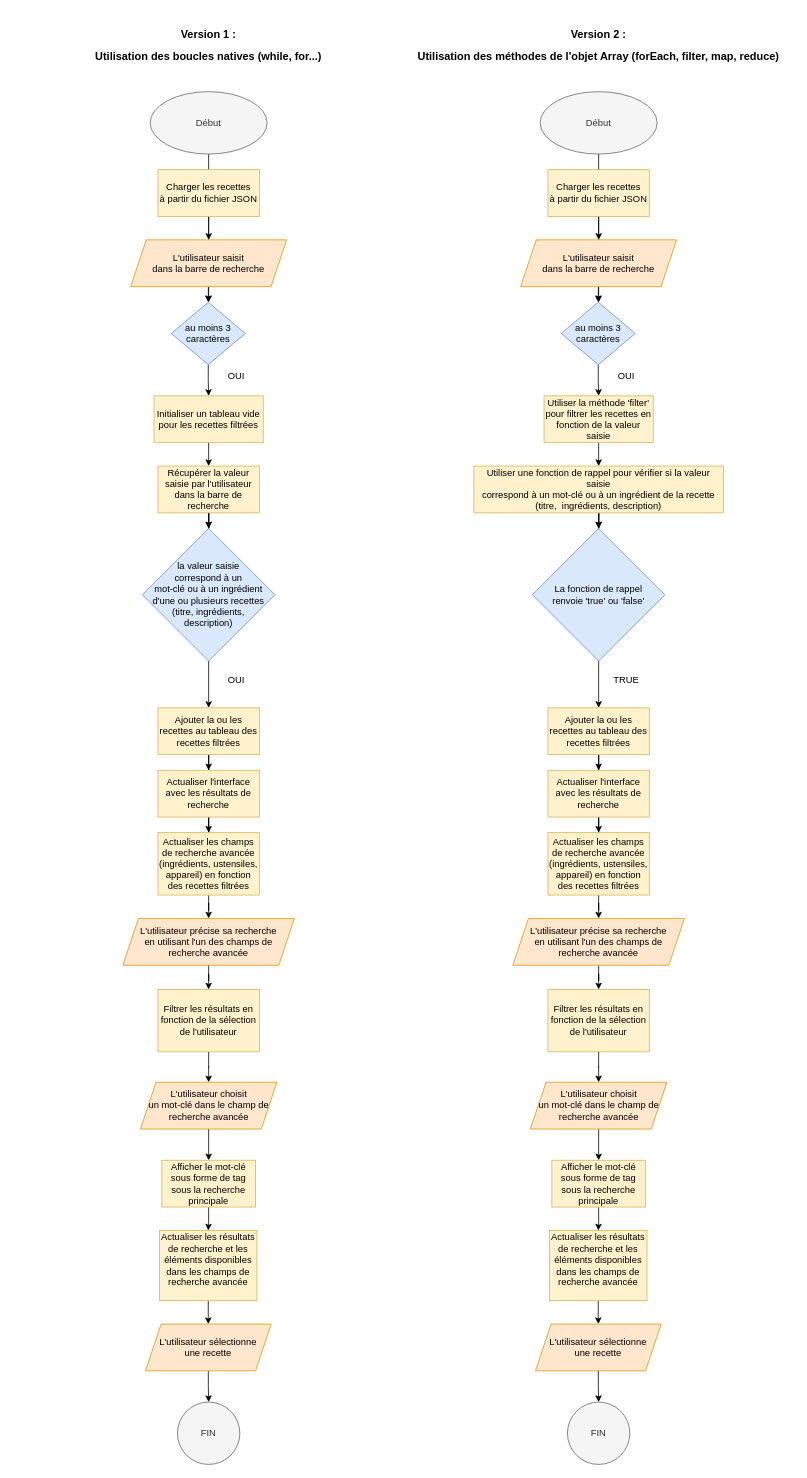
TheBigJouls/-OpenClassRooms_Projet_7_LesPetitsPlats keeps this draw.io diagram as Les Petits Plats.drawio. Above is the earlier version. Source tidied: cells renumbered, new cells numbered last; positions are measured from the earlier drawing's top-left corner, leaving out a move shared by most shapes. Both pictures are drawn from the tidied source at 78%, with x=0, y=0 at pixel (13, 13).
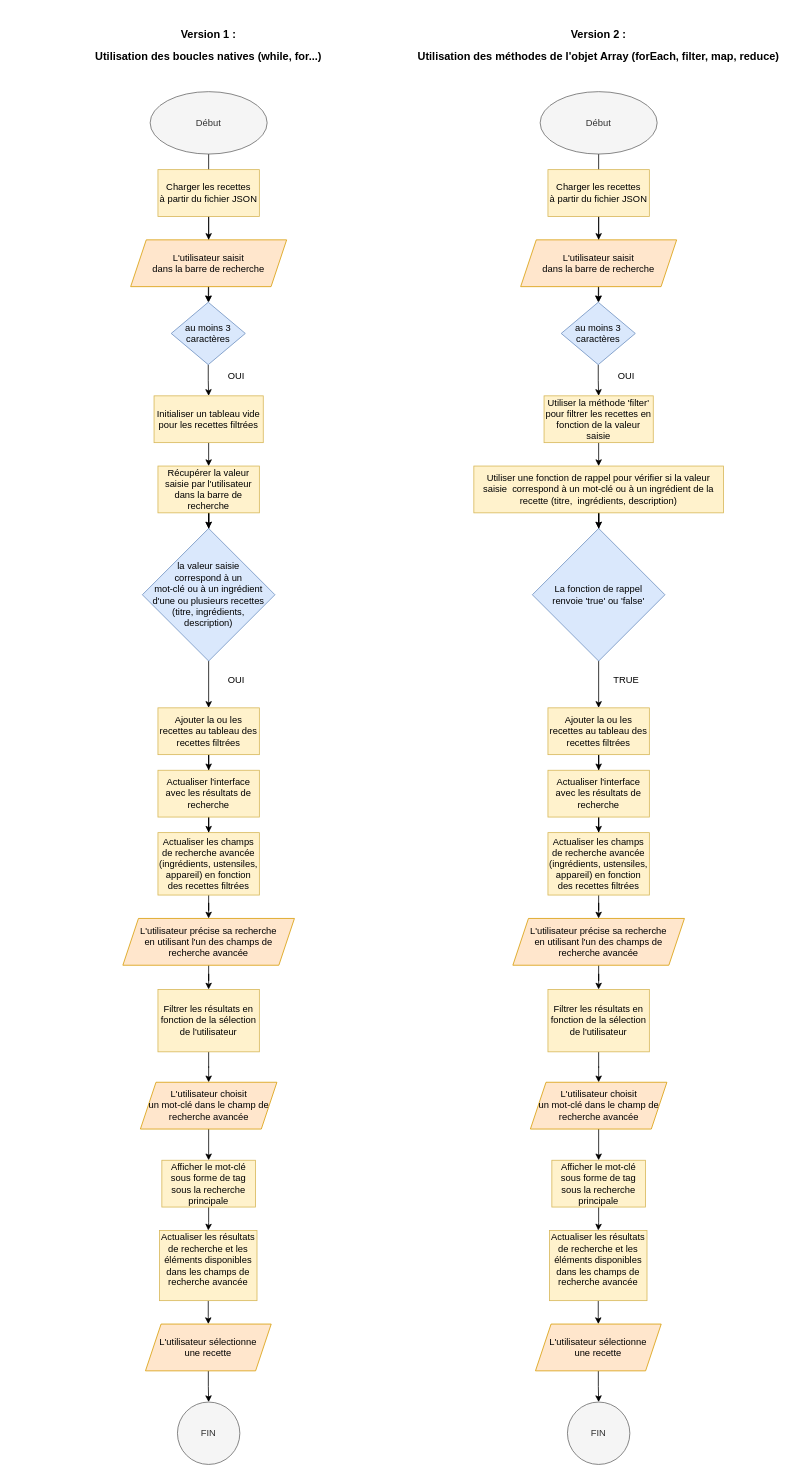
Above is the later version.

Commit message:
Mettre à jour Les Petits Plats.drawio

The edit, as a diff of the source:
```diff
@@
-    <mxCell id="42" value="Utiliser une fonction de rappel pour vérifier si la valeur saisie &lt;br&gt;correspond à un mot-clé ou à un ingrédient de la recette (titre,&amp;nbsp; ingrédients, description)" style="rounded=0;whiteSpace=wrap;html=1;align=center;fillColor=#fff2cc;strokeColor=#d6b656;" parent="1" vertex="1">
+    <mxCell id="42" value="Utiliser une fonction de rappel pour vérifier si la valeur saisie&amp;nbsp; correspond à un mot-clé ou à un ingrédient de la recette (titre,&amp;nbsp; ingrédients, description)" style="rounded=0;whiteSpace=wrap;html=1;align=center;fillColor=#fff2cc;strokeColor=#d6b656;" parent="1" vertex="1">
       <mxGeometry x="590" y="580" width="320" height="60" as="geometry" />
     </mxCell>
```
